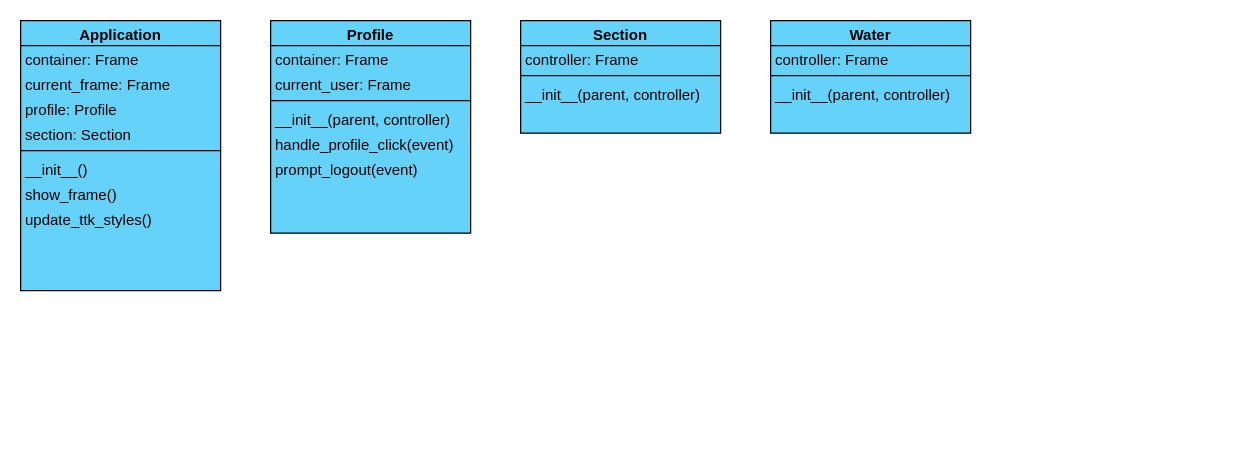
team-hydr8/class_diagrams keeps this draw.io diagram as Team HYDR-8 (Frontend UML Class Diagram).drawio.drawio. Above is the earlier version. Source tidied: cells renumbered, new cells numbered last; positions are measured from the earlier drawing's top-left corner, leaving out a move shared by most shapes. Both pictures are drawn from the tidied source at 125%, with x=0, y=0 at pixel (20, 20).
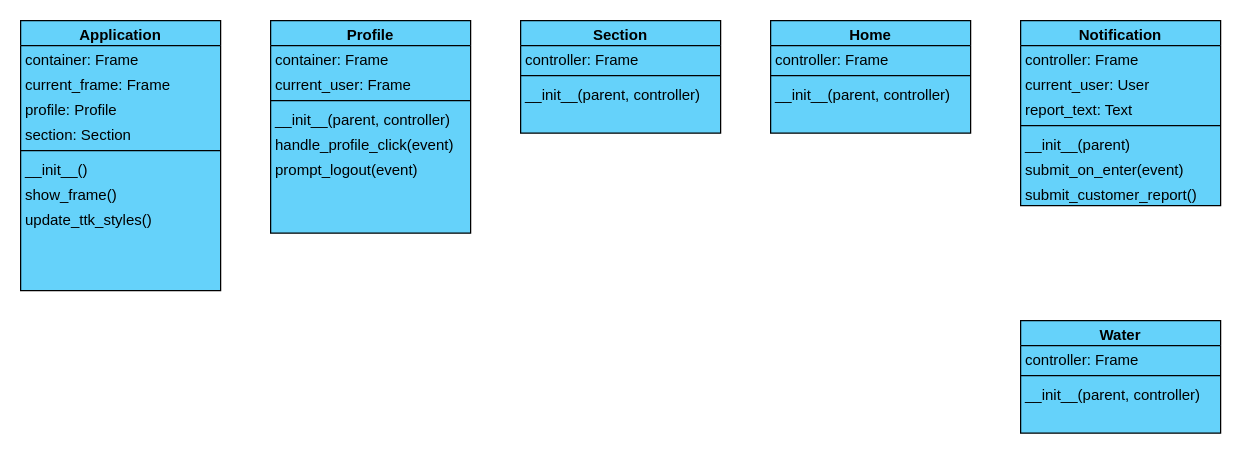
After the change.

The edit, as a diff of the source:
```diff
@@
     <mxCell id="22" value="Water" style="swimlane;fontStyle=1;align=center;verticalAlign=top;horizontal=1;startSize=20;rounded=0;shadow=0;strokeWidth=1;fillColor=#65D2FA;swimlaneFillColor=#65D2FA;spacing=0;" parent="1" vertex="1">
-      <mxGeometry x="600" width="160" height="90" as="geometry" />
+      <mxGeometry x="800" y="240" width="160" height="90" as="geometry" />
     </mxCell>
@@
+    <mxCell id="26" value="Home" style="swimlane;fontStyle=1;align=center;verticalAlign=top;horizontal=1;startSize=20;rounded=0;shadow=0;strokeWidth=1;fillColor=#65D2FA;swimlaneFillColor=#65D2FA;spacing=0;" parent="1" vertex="1">
+      <mxGeometry x="600" width="160" height="90" as="geometry" />
+    </mxCell>
+    <mxCell id="27" value="controller: Frame" style="text;align=left;verticalAlign=top;spacingLeft=4;spacingRight=4;overflow=hidden;rounded=0;shadow=0;html=0;fillColor=none;spacing=0;" parent="26" vertex="1">
+      <mxGeometry y="20" width="160" height="20" as="geometry" />
+    </mxCell>
+    <mxCell id="28" style="line;html=1;strokeWidth=1;align=left;verticalAlign=middle;spacingTop=-1;spacingLeft=3;spacingRight=3;labelPosition=right;fillColor=#65D2FA;" parent="26" vertex="1">
+      <mxGeometry y="40" width="160" height="8" as="geometry" />
+    </mxCell>
+    <mxCell id="29" value="__init__(parent, controller)" style="text;align=left;verticalAlign=top;spacingLeft=4;spacingRight=4;overflow=hidden;fillColor=none;spacing=0;" parent="26" vertex="1">
+      <mxGeometry y="48" width="160" height="20" as="geometry" />
+    </mxCell>
+    <mxCell id="30" value="Notification" style="swimlane;fontStyle=1;align=center;verticalAlign=top;horizontal=1;startSize=20;rounded=0;shadow=0;strokeWidth=1;fillColor=#65D2FA;swimlaneFillColor=#65D2FA;spacing=0;" parent="1" vertex="1">
+      <mxGeometry x="800" width="160" height="148" as="geometry" />
+    </mxCell>
+    <mxCell id="31" value="controller: Frame" style="text;align=left;verticalAlign=top;spacingLeft=4;spacingRight=4;overflow=hidden;rounded=0;shadow=0;html=0;fillColor=none;spacing=0;" parent="30" vertex="1">
+      <mxGeometry y="20" width="160" height="20" as="geometry" />
+    </mxCell>
+    <mxCell id="32" value="current_user: User" style="text;align=left;verticalAlign=top;spacingLeft=4;spacingRight=4;overflow=hidden;rounded=0;shadow=0;html=0;fillColor=none;spacing=0;" parent="30" vertex="1">
+      <mxGeometry y="40" width="160" height="20" as="geometry" />
+    </mxCell>
+    <mxCell id="33" value="report_text: Text" style="text;align=left;verticalAlign=top;spacingLeft=4;spacingRight=4;overflow=hidden;rounded=0;shadow=0;html=0;fillColor=none;spacing=0;" parent="30" vertex="1">
+      <mxGeometry y="60" width="160" height="20" as="geometry" />
+    </mxCell>
+    <mxCell id="34" style="line;html=1;strokeWidth=1;align=left;verticalAlign=middle;spacingTop=-1;spacingLeft=3;spacingRight=3;labelPosition=right;fillColor=#65D2FA;" parent="30" vertex="1">
+      <mxGeometry y="80" width="160" height="8" as="geometry" />
+    </mxCell>
+    <mxCell id="35" value="__init__(parent)" style="text;align=left;verticalAlign=top;spacingLeft=4;spacingRight=4;overflow=hidden;fillColor=none;spacing=0;" parent="30" vertex="1">
+      <mxGeometry y="88" width="160" height="20" as="geometry" />
+    </mxCell>
+    <mxCell id="36" value="submit_on_enter(event)" style="text;align=left;verticalAlign=top;spacingLeft=4;spacingRight=4;overflow=hidden;fillColor=none;spacing=0;" parent="30" vertex="1">
+      <mxGeometry y="108" width="160" height="20" as="geometry" />
+    </mxCell>
+    <mxCell id="37" value="submit_customer_report()" style="text;align=left;verticalAlign=top;spacingLeft=4;spacingRight=4;overflow=hidden;fillColor=none;spacing=0;" parent="30" vertex="1">
+      <mxGeometry y="128" width="160" height="20" as="geometry" />
+    </mxCell>
```
